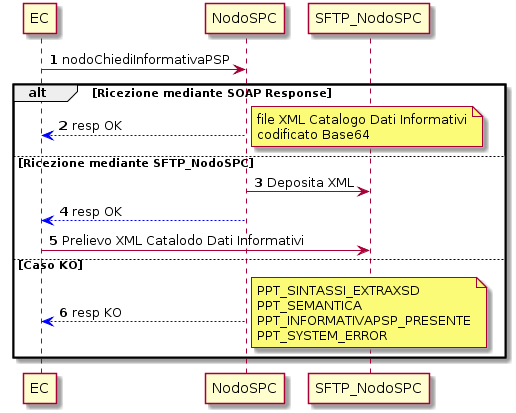
This is _docs/media_FunzioniStrategieRecupero/media/image5.png from danielelandro/preview-pagopa-specifichepagamenti-docs, a PlantUML export, as it was before one commit. Source of this version:
```plantuml
@startuml
autonumber
EC -> NodoSPC: nodoChiediInformativaPSP
alt Ricezione mediante SOAP Response
NodoSPC -[#0000FF]-> EC:resp OK
note right: file XML Catalogo Dati Informativi\ncodificato Base64
else Ricezione mediante SFTP_NodoSPC
NodoSPC -> SFTP_NodoSPC: Deposita XML
NodoSPC -[#0000FF]-> EC:resp OK
EC -> SFTP_NodoSPC: Prelievo XML Catalodo Dati Informativi
else Caso KO
NodoSPC -[#0000FF]-> EC:resp KO
note right:PPT_SINTASSI_EXTRAXSD\nPPT_SEMANTICA\nPPT_INFORMATIVAPSP_PRESENTE\nPPT_SYSTEM_ERROR
end alt
@enduml
```
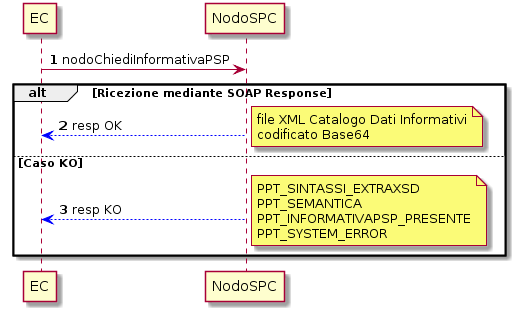
After the commit.

The edit, as a diff of the source:
```diff
@@ -4,10 +4,7 @@
 alt Ricezione mediante SOAP Response
 NodoSPC -[#0000FF]-> EC:resp OK
 note right: file XML Catalogo Dati Informativi\ncodificato Base64
-else Ricezione mediante SFTP_NodoSPC
-NodoSPC -> SFTP_NodoSPC: Deposita XML
-NodoSPC -[#0000FF]-> EC:resp OK
-EC -> SFTP_NodoSPC: Prelievo XML Catalodo Dati Informativi
+
 else Caso KO
 NodoSPC -[#0000FF]-> EC:resp KO
 note right:PPT_SINTASSI_EXTRAXSD\nPPT_SEMANTICA\nPPT_INFORMATIVAPSP_PRESENTE\nPPT_SYSTEM_ERROR
```
